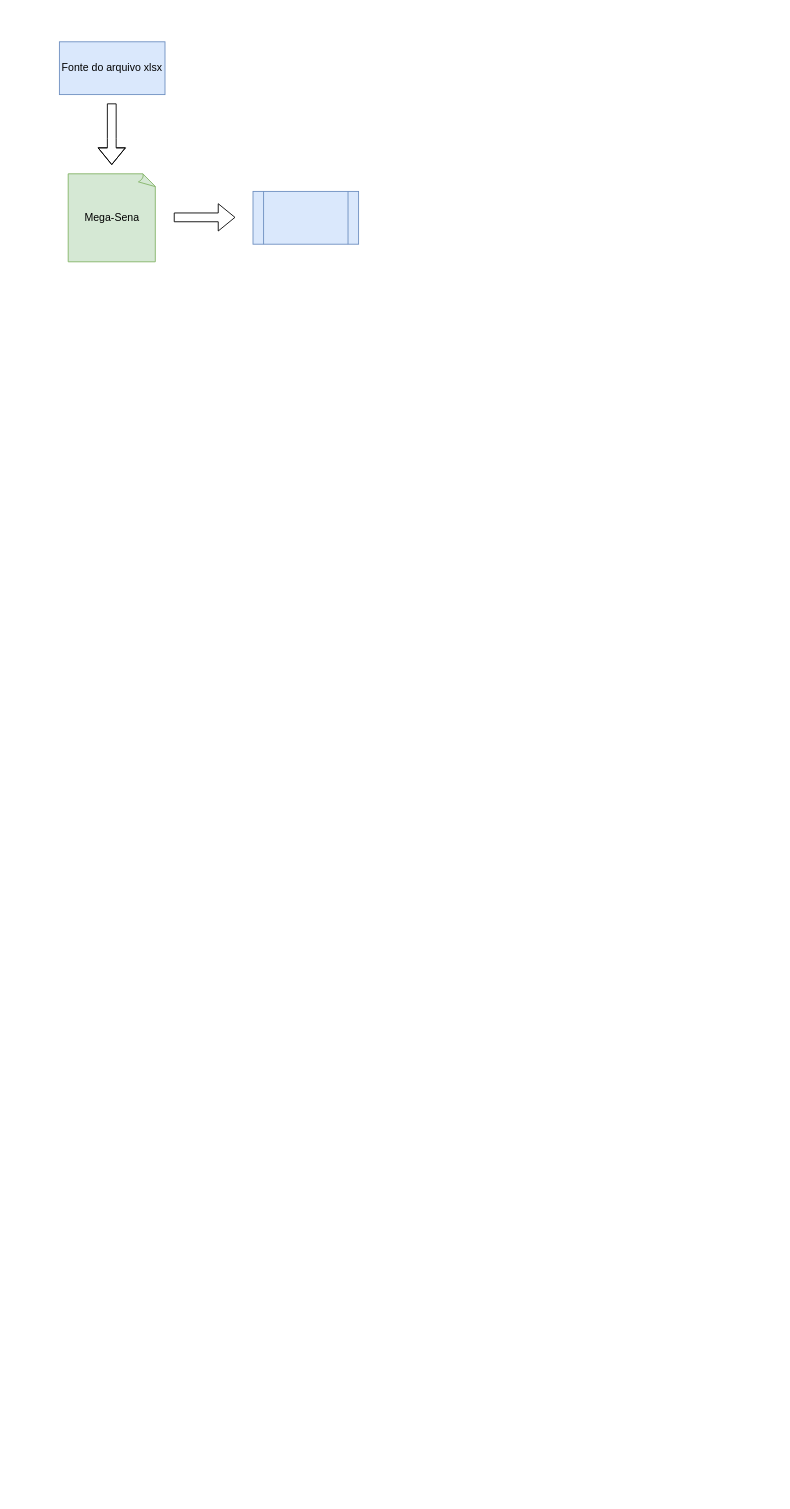
Before: docs/Diagrama sem nome.drawio in RafaellSanchez/RepoMega-DataPipeline, a draw.io diagram. Source tidied: cells renumbered, new cells numbered last; positions are measured from the earlier drawing's top-left corner, leaving out a move shared by most shapes. Both pictures are drawn from the tidied source at 88%, with x=0, y=0 at pixel (59, 41).
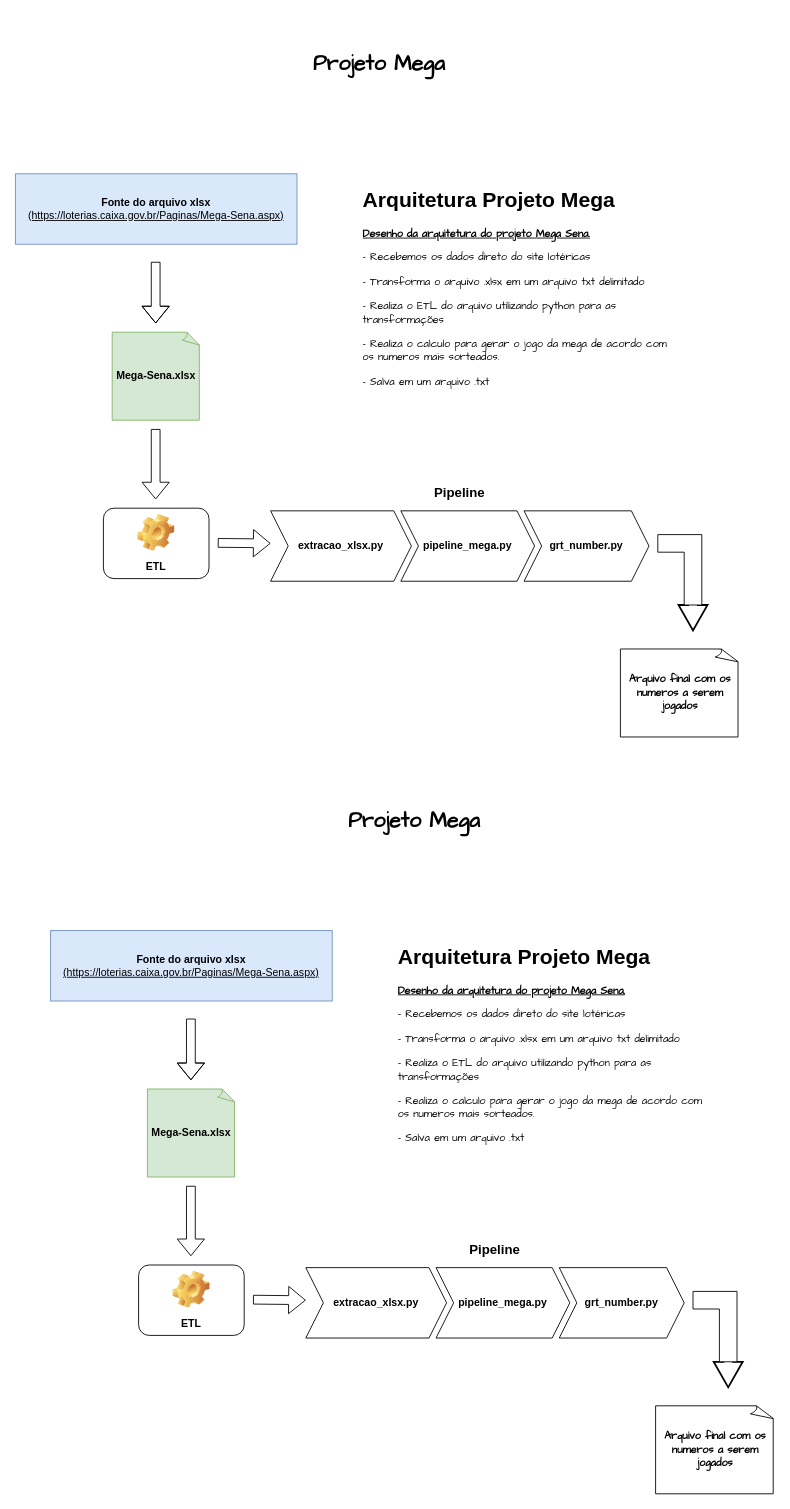
After the change.

The edit, as a diff of the source:
```diff
@@
-<mxGraphModel>
+<mxGraphModel background="#ffffff">
@@
-    <mxCell id="2" value="&lt;div&gt;Fonte do arquivo xlsx&lt;/div&gt;" style="rounded=0;whiteSpace=wrap;html=1;fillColor=#dae8fc;strokeColor=#6c8ebf;" parent="1" vertex="1">
-      <mxGeometry width="120" height="60" as="geometry" />
+    <mxCell id="2" value="&lt;div&gt;&lt;b&gt;Fonte do arquivo xlsx&lt;/b&gt;&lt;/div&gt;&lt;div&gt;&lt;u&gt;(https://loterias.caixa.gov.br/Paginas/Mega-Sena.aspx)&lt;/u&gt;&lt;br&gt;&lt;/div&gt;" style="rounded=0;whiteSpace=wrap;html=1;fillColor=#dae8fc;strokeColor=#6c8ebf;" parent="1" vertex="1">
+      <mxGeometry x="-50" y="150" width="320" height="80" as="geometry" />
     </mxCell>
     <mxCell id="3" style="endArrow=classic;html=1;rounded=0;shape=flexArrow;" parent="1" edge="1">
       <mxGeometry relative="1" as="geometry">
-        <mxPoint x="59.5" y="70" as="sourcePoint" />
-        <mxPoint x="59.5" y="140" as="targetPoint" />
+        <mxPoint x="109.4" y="250" as="sourcePoint" />
+        <mxPoint x="109.4" y="320" as="targetPoint" />
         <Array as="points">
-          <mxPoint x="59.5" y="110" />
+          <mxPoint x="109.4" y="290" />
         </Array>
       </mxGeometry>
     </mxCell>
-    <mxCell id="4" value="Mega-Sena" style="whiteSpace=wrap;html=1;shape=mxgraph.basic.document;fillColor=#d5e8d4;strokeColor=#82b366;" parent="1" vertex="1">
-      <mxGeometry x="10" y="150" width="100" height="100" as="geometry" />
+    <mxCell id="4" value="&lt;b&gt;Mega-Sena.xlsx&lt;/b&gt;" style="whiteSpace=wrap;html=1;shape=mxgraph.basic.document;fillColor=#d5e8d4;strokeColor=#82b366;" parent="1" vertex="1">
+      <mxGeometry x="60" y="330" width="100" height="100" as="geometry" />
     </mxCell>
     <mxCell id="5" style="endArrow=classic;html=1;rounded=0;shape=flexArrow;" parent="1" edge="1">
       <mxGeometry relative="1" as="geometry">
-        <mxPoint x="130" y="199.5" as="sourcePoint" />
-        <mxPoint x="200" y="199.5" as="targetPoint" />
+        <mxPoint x="109.4" y="440" as="sourcePoint" />
+        <mxPoint x="109.4" y="520" as="targetPoint" />
       </mxGeometry>
     </mxCell>
-    <mxCell id="6" style="shape=process;whiteSpace=wrap;html=1;backgroundOutline=1;fillColor=#dae8fc;strokeColor=#6c8ebf;" parent="1" vertex="1">
-      <mxGeometry x="220" y="170" width="120" height="60" as="geometry" />
-    </mxCell>
+    <mxCell id="7" value="ETL" style="label;whiteSpace=wrap;html=1;align=center;verticalAlign=bottom;spacingLeft=0;spacingBottom=4;imageAlign=center;imageVerticalAlign=top;image=img/clipart/Gear_128x128.png;" parent="1" vertex="1">
+      <mxGeometry x="50" y="530" width="120" height="80" as="geometry" />
+    </mxCell>
+    <mxCell id="8" style="endArrow=classic;html=1;rounded=0;shape=flexArrow;" parent="1" edge="1">
+      <mxGeometry relative="1" as="geometry">
+        <mxPoint x="180" y="569.4" as="sourcePoint" />
+        <mxPoint x="240" y="570" as="targetPoint" />
+      </mxGeometry>
+    </mxCell>
+    <mxCell id="9" value="&lt;b&gt;&lt;font style=&quot;font-size: 15px;&quot;&gt;Pipeline&lt;/font&gt;&lt;/b&gt;" style="swimlane;horizontal=1;fillColor=none;strokeColor=none;stackBorder=10;align=center;whiteSpace=wrap;html=1;startSize=23;" parent="1" vertex="1">
+      <mxGeometry x="230" y="500" width="450" height="123" as="geometry" />
+    </mxCell>
+    <mxCell id="10" value="&lt;b&gt;extracao_xlsx.py&lt;/b&gt;" style="shape=step;perimeter=stepPerimeter;fixedSize=1;whiteSpace=wrap;html=1;" parent="9" vertex="1">
+      <mxGeometry x="10" y="33" width="160" height="80" as="geometry" />
+    </mxCell>
+    <mxCell id="11" value="&lt;b&gt;pipeline_mega.py&lt;/b&gt;" style="shape=step;perimeter=stepPerimeter;fixedSize=1;whiteSpace=wrap;html=1;" parent="9" vertex="1">
+      <mxGeometry x="158" y="33" width="152" height="80" as="geometry" />
+    </mxCell>
+    <mxCell id="12" value="&lt;b&gt;grt_number.py&lt;/b&gt;" style="shape=step;perimeter=stepPerimeter;fixedSize=1;whiteSpace=wrap;html=1;" parent="9" vertex="1">
+      <mxGeometry x="298" y="33" width="142" height="80" as="geometry" />
+    </mxCell>
+    <mxCell id="13" style="endArrow=classic;html=1;rounded=0;shape=flexArrow;endSize=9;startSize=8;targetPerimeterSpacing=0;strokeWidth=2;" parent="1" edge="1">
+      <mxGeometry relative="1" as="geometry">
+        <mxPoint x="720" y="580" as="sourcePoint" />
+        <mxPoint x="720" y="670" as="targetPoint" />
+      </mxGeometry>
+    </mxCell>
+    <mxCell id="14" style="shape=corner;whiteSpace=wrap;html=1;rotation=90;" parent="1" vertex="1">
+      <mxGeometry x="665" y="575" width="80" height="50" as="geometry" />
+    </mxCell>
+    <mxCell id="15" value="&lt;h1&gt;Arquitetura Projeto Mega&lt;br&gt;&lt;/h1&gt;&lt;p&gt;&lt;b&gt;&lt;font face=&quot;Comic Sans MS&quot;&gt;&lt;u&gt;Desenho da arquitetura do projeto Mega Sena.&lt;/u&gt;&lt;/font&gt;&lt;/b&gt;&lt;/p&gt;&lt;p&gt;&lt;font face=&quot;Comic Sans MS&quot;&gt;- Recebemos os dados direto do site lotéricas&lt;/font&gt;&lt;/p&gt;&lt;p&gt;&lt;font face=&quot;Comic Sans MS&quot;&gt;- Transforma o arquivo .xlsx em um arquivo txt delimitado&lt;/font&gt;&lt;/p&gt;&lt;p&gt;&lt;font face=&quot;Comic Sans MS&quot;&gt;- Realiza o ETL do arquivo utilizando python para as transformações&lt;/font&gt;&lt;/p&gt;&lt;p&gt;&lt;font face=&quot;Comic Sans MS&quot;&gt;- Realiza o calculo para gerar o jogo da mega de acordo com os numeros mais sorteados.&lt;/font&gt;&lt;/p&gt;&lt;p&gt;&lt;font face=&quot;Comic Sans MS&quot;&gt;- Salva em um arquivo .txt &lt;/font&gt;&lt;br&gt;&lt;/p&gt;&lt;p&gt;&lt;br&gt;&lt;/p&gt;" style="text;html=1;strokeColor=none;fillColor=default;spacing=5;spacingTop=-20;whiteSpace=wrap;overflow=hidden;rounded=0;" parent="1" vertex="1">
+      <mxGeometry x="340" y="160" width="356" height="250" as="geometry" />
+    </mxCell>
+    <mxCell id="16" value="&lt;h1&gt;&lt;font face=&quot;Comic Sans MS&quot;&gt;Projeto Mega&lt;/font&gt;&lt;/h1&gt;" style="text;html=1;strokeColor=none;fillColor=none;align=center;verticalAlign=middle;whiteSpace=wrap;rounded=0;" parent="1" vertex="1">
+      <mxGeometry x="153" y="-30" width="421" height="110" as="geometry" />
+    </mxCell>
+    <mxCell id="17" value="&lt;b&gt;&lt;font face=&quot;Comic Sans MS&quot;&gt;Arquivo final com os numeros a serem jogados&lt;/font&gt;&lt;/b&gt;" style="whiteSpace=wrap;html=1;shape=mxgraph.basic.document;" parent="1" vertex="1">
+      <mxGeometry x="637.5" y="690" width="135" height="100" as="geometry" />
+    </mxCell>
+    <mxCell id="18" value="&lt;div&gt;&lt;b&gt;Fonte do arquivo xlsx&lt;/b&gt;&lt;/div&gt;&lt;div&gt;&lt;u&gt;(https://loterias.caixa.gov.br/Paginas/Mega-Sena.aspx)&lt;/u&gt;&lt;br&gt;&lt;/div&gt;" style="rounded=0;whiteSpace=wrap;html=1;fillColor=#dae8fc;strokeColor=#6c8ebf;" parent="1" vertex="1">
+      <mxGeometry x="-10" y="1010" width="320" height="80" as="geometry" />
+    </mxCell>
+    <mxCell id="19" style="endArrow=classic;html=1;rounded=0;shape=flexArrow;" parent="1" edge="1">
+      <mxGeometry relative="1" as="geometry">
+        <mxPoint x="149.4" y="1110" as="sourcePoint" />
+        <mxPoint x="149.4" y="1180" as="targetPoint" />
+        <Array as="points">
+          <mxPoint x="149.4" y="1150" />
+        </Array>
+      </mxGeometry>
+    </mxCell>
+    <mxCell id="20" value="&lt;b&gt;Mega-Sena.xlsx&lt;/b&gt;" style="whiteSpace=wrap;html=1;shape=mxgraph.basic.document;fillColor=#d5e8d4;strokeColor=#82b366;" parent="1" vertex="1">
+      <mxGeometry x="100" y="1190" width="100" height="100" as="geometry" />
+    </mxCell>
+    <mxCell id="21" style="endArrow=classic;html=1;rounded=0;shape=flexArrow;" parent="1" edge="1">
+      <mxGeometry relative="1" as="geometry">
+        <mxPoint x="149.4" y="1300" as="sourcePoint" />
+        <mxPoint x="149.4" y="1380" as="targetPoint" />
+      </mxGeometry>
+    </mxCell>
+    <mxCell id="22" value="ETL" style="label;whiteSpace=wrap;html=1;align=center;verticalAlign=bottom;spacingLeft=0;spacingBottom=4;imageAlign=center;imageVerticalAlign=top;image=img/clipart/Gear_128x128.png;" parent="1" vertex="1">
+      <mxGeometry x="90" y="1390" width="120" height="80" as="geometry" />
+    </mxCell>
+    <mxCell id="23" style="endArrow=classic;html=1;rounded=0;shape=flexArrow;" parent="1" edge="1">
+      <mxGeometry relative="1" as="geometry">
+        <mxPoint x="220" y="1429.4" as="sourcePoint" />
+        <mxPoint x="280" y="1430" as="targetPoint" />
+      </mxGeometry>
+    </mxCell>
+    <mxCell id="24" value="&lt;b&gt;&lt;font style=&quot;font-size: 15px;&quot;&gt;Pipeline&lt;/font&gt;&lt;/b&gt;" style="swimlane;horizontal=1;fillColor=none;strokeColor=none;stackBorder=10;align=center;whiteSpace=wrap;html=1;startSize=23;" parent="1" vertex="1">
+      <mxGeometry x="270" y="1360" width="450" height="123" as="geometry" />
+    </mxCell>
+    <mxCell id="25" value="&lt;b&gt;extracao_xlsx.py&lt;/b&gt;" style="shape=step;perimeter=stepPerimeter;fixedSize=1;whiteSpace=wrap;html=1;" parent="24" vertex="1">
+      <mxGeometry x="10" y="33" width="160" height="80" as="geometry" />
+    </mxCell>
+    <mxCell id="26" value="&lt;b&gt;pipeline_mega.py&lt;/b&gt;" style="shape=step;perimeter=stepPerimeter;fixedSize=1;whiteSpace=wrap;html=1;" parent="24" vertex="1">
+      <mxGeometry x="158" y="33" width="152" height="80" as="geometry" />
+    </mxCell>
+    <mxCell id="27" value="&lt;b&gt;grt_number.py&lt;/b&gt;" style="shape=step;perimeter=stepPerimeter;fixedSize=1;whiteSpace=wrap;html=1;" parent="24" vertex="1">
+      <mxGeometry x="298" y="33" width="142" height="80" as="geometry" />
+    </mxCell>
+    <mxCell id="28" style="endArrow=classic;html=1;rounded=0;shape=flexArrow;endSize=9;startSize=8;targetPerimeterSpacing=0;strokeWidth=2;" parent="1" edge="1">
+      <mxGeometry relative="1" as="geometry">
+        <mxPoint x="760" y="1440" as="sourcePoint" />
+        <mxPoint x="760" y="1530" as="targetPoint" />
+      </mxGeometry>
+    </mxCell>
+    <mxCell id="29" style="shape=corner;whiteSpace=wrap;html=1;rotation=90;" parent="1" vertex="1">
+      <mxGeometry x="705" y="1435" width="80" height="50" as="geometry" />
+    </mxCell>
+    <mxCell id="30" value="&lt;h1&gt;Arquitetura Projeto Mega&lt;br&gt;&lt;/h1&gt;&lt;p&gt;&lt;b&gt;&lt;font face=&quot;Comic Sans MS&quot;&gt;&lt;u&gt;Desenho da arquitetura do projeto Mega Sena.&lt;/u&gt;&lt;/font&gt;&lt;/b&gt;&lt;/p&gt;&lt;p&gt;&lt;font face=&quot;Comic Sans MS&quot;&gt;- Recebemos os dados direto do site lotéricas&lt;/font&gt;&lt;/p&gt;&lt;p&gt;&lt;font face=&quot;Comic Sans MS&quot;&gt;- Transforma o arquivo .xlsx em um arquivo txt delimitado&lt;/font&gt;&lt;/p&gt;&lt;p&gt;&lt;font face=&quot;Comic Sans MS&quot;&gt;- Realiza o ETL do arquivo utilizando python para as transformações&lt;/font&gt;&lt;/p&gt;&lt;p&gt;&lt;font face=&quot;Comic Sans MS&quot;&gt;- Realiza o calculo para gerar o jogo da mega de acordo com os numeros mais sorteados.&lt;/font&gt;&lt;/p&gt;&lt;p&gt;&lt;font face=&quot;Comic Sans MS&quot;&gt;- Salva em um arquivo .txt &lt;/font&gt;&lt;br&gt;&lt;/p&gt;&lt;p&gt;&lt;br&gt;&lt;/p&gt;" style="text;html=1;strokeColor=none;fillColor=default;spacing=5;spacingTop=-20;whiteSpace=wrap;overflow=hidden;rounded=0;" parent="1" vertex="1">
+      <mxGeometry x="380" y="1020" width="356" height="250" as="geometry" />
+    </mxCell>
+    <mxCell id="31" value="&lt;h1&gt;&lt;font face=&quot;Comic Sans MS&quot;&gt;Projeto Mega&lt;/font&gt;&lt;/h1&gt;" style="text;html=1;strokeColor=none;fillColor=none;align=center;verticalAlign=middle;whiteSpace=wrap;rounded=0;" parent="1" vertex="1">
+      <mxGeometry x="193" y="830" width="421" height="110" as="geometry" />
+    </mxCell>
+    <mxCell id="32" value="&lt;b&gt;&lt;font face=&quot;Comic Sans MS&quot;&gt;Arquivo final com os numeros a serem jogados&lt;/font&gt;&lt;/b&gt;" style="whiteSpace=wrap;html=1;shape=mxgraph.basic.document;" parent="1" vertex="1">
+      <mxGeometry x="677.5" y="1550" width="135" height="100" as="geometry" />
+    </mxCell>
```
